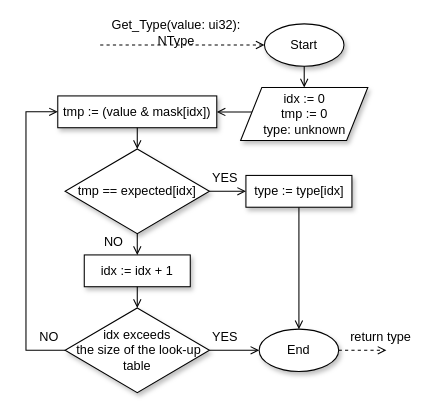
Before: docs/diagrams/core/isa_decoder_2.drawio in silhavyj/ZeroMate, a draw.io diagram. Source tidied: cells renumbered, new cells numbered last; positions are measured from the earlier drawing's top-left corner, leaving out a move shared by most shapes. Both pictures are drawn from the tidied source at 106%, with x=0, y=0 at pixel (25, 23).
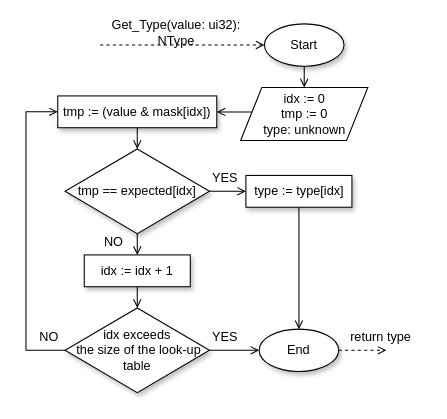
Above is the later version.

Commit message (it also covers changes not shown here):
Modified UML diagrams

Change to the diagram source:
```diff
@@
-    <mxCell id="4" value="idx := 0&lt;br&gt;tmp := 0&lt;br&gt;type: unknown" style="shape=parallelogram;perimeter=parallelogramPerimeter;whiteSpace=wrap;html=1;fixedSize=1;fontFamily=Computer Modern;shadow=1;" parent="1" vertex="1">
+    <mxCell id="4" value="idx := 0&lt;br&gt;tmp := 0&lt;br&gt;type: unknown" style="shape=parallelogram;perimeter=parallelogramPerimeter;whiteSpace=wrap;html=1;fixedSize=1;fontFamily=Computer Modern;" parent="1" vertex="1">
       <mxGeometry x="202.5" y="60" width="120" height="50" as="geometry" />
     </mxCell>
```
